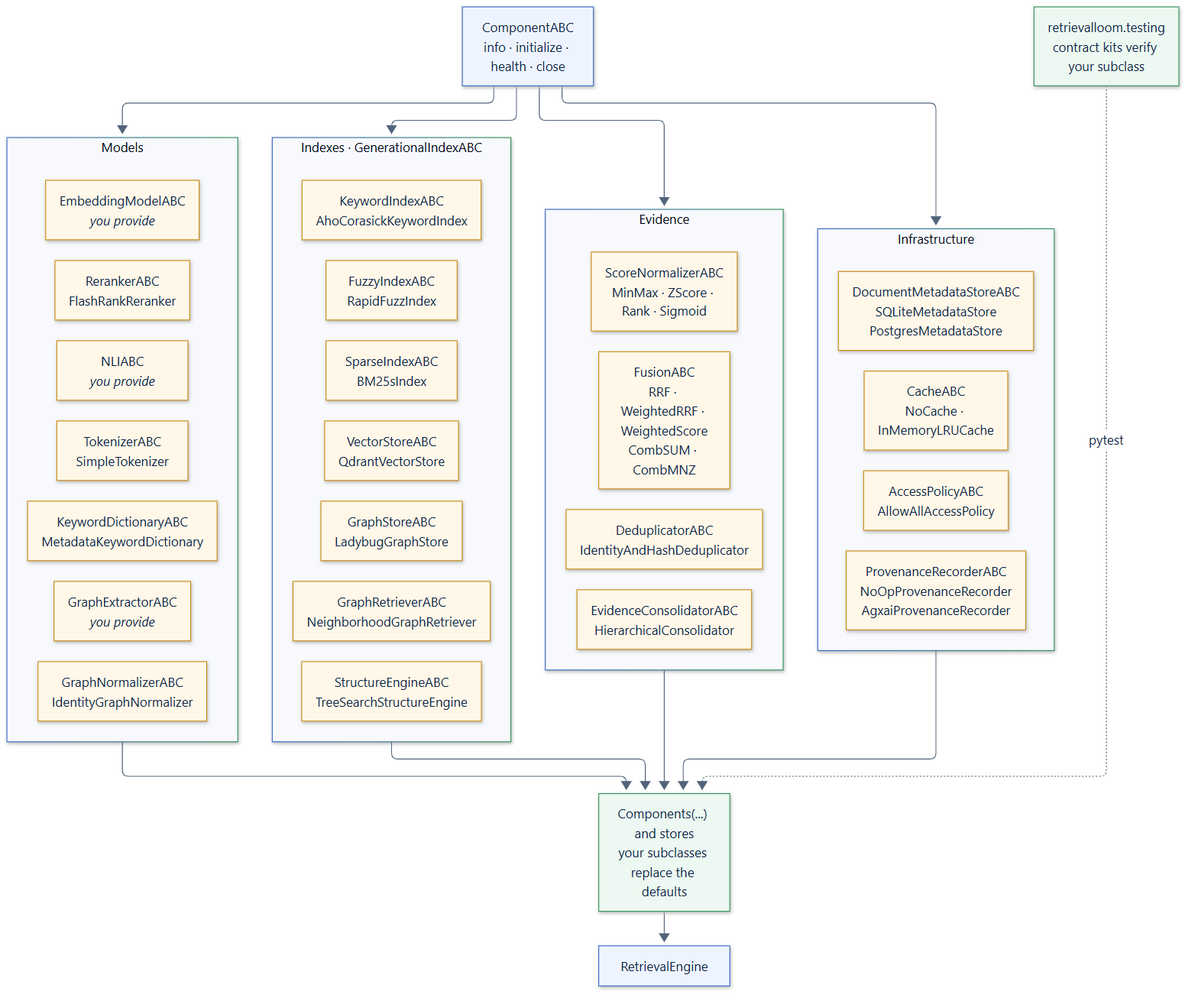
This is docs/assets/diagrams/extensibility.png from smuniharish/retrievalloom, a Mermaid export, as it was before one commit. Its source is kept beside it as diagrams/extensibility.mmd. Its diagram source:
```mermaid
flowchart TB
    classDef app fill:#ecf8f1,stroke:#2f8f5b,color:#0f2547
    classDef core fill:#eef4ff,stroke:#3567c7,color:#0f2547
    classDef provider fill:#fff7e8,stroke:#c98a12,color:#0f2547

    base["ComponentABC<br/>info · initialize · health · close"]:::core

    subgraph Models["Models"]
        direction TB
        embedding["EmbeddingModelABC<br/><i>you provide</i>"]:::provider
        reranker["RerankerABC<br/>FlashRankReranker"]:::provider
        nli["NLIABC<br/><i>you provide</i>"]:::provider
        tokenizer["TokenizerABC<br/>SimpleTokenizer"]:::provider
        dictionary["KeywordDictionaryABC<br/>MetadataKeywordDictionary"]:::provider
        extractor["GraphExtractorABC<br/><i>you provide</i>"]:::provider
        normalizer["GraphNormalizerABC<br/>IdentityGraphNormalizer"]:::provider
        embedding ~~~ reranker ~~~ nli ~~~ tokenizer ~~~ dictionary ~~~ extractor ~~~ normalizer
    end

    subgraph Indexes["Indexes · GenerationalIndexABC"]
        direction TB
        keyword["KeywordIndexABC<br/>AhoCorasickKeywordIndex"]:::provider
        fuzzy["FuzzyIndexABC<br/>RapidFuzzIndex"]:::provider
        sparse["SparseIndexABC<br/>BM25sIndex"]:::provider
        vector["VectorStoreABC<br/>QdrantVectorStore"]:::provider
        graphstore["GraphStoreABC<br/>LadybugGraphStore"]:::provider
        retriever["GraphRetrieverABC<br/>NeighborhoodGraphRetriever"]:::provider
        structure["StructureEngineABC<br/>TreeSearchStructureEngine"]:::provider
        keyword ~~~ fuzzy ~~~ sparse ~~~ vector ~~~ graphstore ~~~ retriever ~~~ structure
    end

    subgraph Evidence["Evidence"]
        direction TB
        normalize["ScoreNormalizerABC<br/>MinMax · ZScore · Rank · Sigmoid"]:::provider
        fusion["FusionABC<br/>RRF · WeightedRRF · WeightedScore<br/>CombSUM · CombMNZ"]:::provider
        dedup["DeduplicatorABC<br/>IdentityAndHashDeduplicator"]:::provider
        consolidator["EvidenceConsolidatorABC<br/>HierarchicalConsolidator"]:::provider
        normalize ~~~ fusion ~~~ dedup ~~~ consolidator
    end

    subgraph Infrastructure["Infrastructure"]
        direction TB
        metadata["DocumentMetadataStoreABC<br/>SQLiteMetadataStore<br/>PostgresMetadataStore"]:::provider
        cache["CacheABC<br/>NoCache · InMemoryLRUCache"]:::provider
        access["AccessPolicyABC<br/>AllowAllAccessPolicy"]:::provider
        recorder["ProvenanceRecorderABC<br/>NoOpProvenanceRecorder<br/>AgxaiProvenanceRecorder"]:::provider
        metadata ~~~ cache ~~~ access ~~~ recorder
    end

    components["Components(...) and stores<br/>your subclasses replace the defaults"]:::app
    kits["retrievalloom.testing<br/>contract kits verify your subclass"]:::app
    engine["RetrievalEngine"]:::core

    base --> Models & Indexes & Evidence & Infrastructure
    Models & Indexes & Evidence & Infrastructure --> components
    kits -. "pytest" .-> components
    components --> engine
```
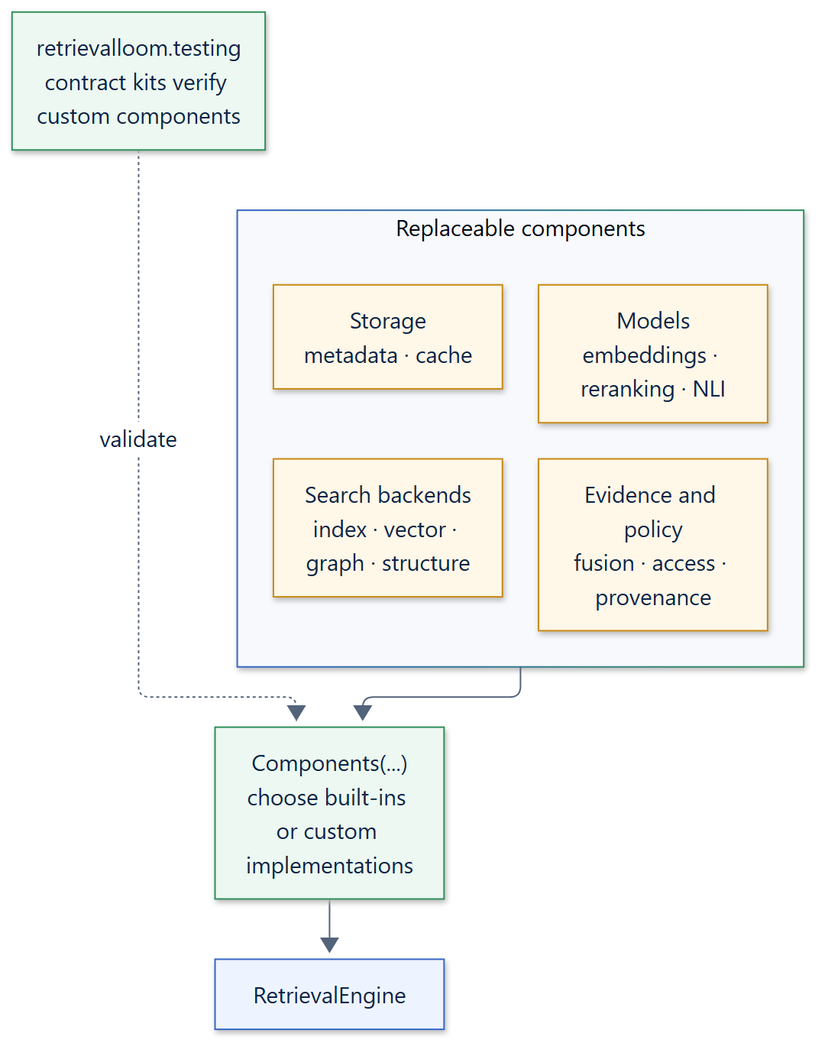
Above is the later version.

Change to the diagram source:
```diff
@@ -3,55 +3,18 @@
     classDef core fill:#eef4ff,stroke:#3567c7,color:#0f2547
     classDef provider fill:#fff7e8,stroke:#c98a12,color:#0f2547
 
-    base["ComponentABC<br/>info · initialize · health · close"]:::core
-
-    subgraph Models["Models"]
-        direction TB
-        embedding["EmbeddingModelABC<br/><i>you provide</i>"]:::provider
-        reranker["RerankerABC<br/>FlashRankReranker"]:::provider
-        nli["NLIABC<br/><i>you provide</i>"]:::provider
-        tokenizer["TokenizerABC<br/>SimpleTokenizer"]:::provider
-        dictionary["KeywordDictionaryABC<br/>MetadataKeywordDictionary"]:::provider
-        extractor["GraphExtractorABC<br/><i>you provide</i>"]:::provider
-        normalizer["GraphNormalizerABC<br/>IdentityGraphNormalizer"]:::provider
-        embedding ~~~ reranker ~~~ nli ~~~ tokenizer ~~~ dictionary ~~~ extractor ~~~ normalizer
+    subgraph Components["Replaceable components"]
+        direction LR
+        models["Models<br/>embeddings · reranking · NLI"]:::provider
+        search["Search backends<br/>index · vector · graph · structure"]:::provider
+        storage["Storage<br/>metadata · cache"]:::provider
+        evidence["Evidence and policy<br/>fusion · access · provenance"]:::provider
     end
 
-    subgraph Indexes["Indexes · GenerationalIndexABC"]
-        direction TB
-        keyword["KeywordIndexABC<br/>AhoCorasickKeywordIndex"]:::provider
-        fuzzy["FuzzyIndexABC<br/>RapidFuzzIndex"]:::provider
-        sparse["SparseIndexABC<br/>BM25sIndex"]:::provider
-        vector["VectorStoreABC<br/>QdrantVectorStore"]:::provider
-        graphstore["GraphStoreABC<br/>LadybugGraphStore"]:::provider
-        retriever["GraphRetrieverABC<br/>NeighborhoodGraphRetriever"]:::provider
-        structure["StructureEngineABC<br/>TreeSearchStructureEngine"]:::provider
-        keyword ~~~ fuzzy ~~~ sparse ~~~ vector ~~~ graphstore ~~~ retriever ~~~ structure
-    end
-
-    subgraph Evidence["Evidence"]
-        direction TB
-        normalize["ScoreNormalizerABC<br/>MinMax · ZScore · Rank · Sigmoid"]:::provider
-        fusion["FusionABC<br/>RRF · WeightedRRF · WeightedScore<br/>CombSUM · CombMNZ"]:::provider
-        dedup["DeduplicatorABC<br/>IdentityAndHashDeduplicator"]:::provider
-        consolidator["EvidenceConsolidatorABC<br/>HierarchicalConsolidator"]:::provider
-        normalize ~~~ fusion ~~~ dedup ~~~ consolidator
-    end
-
-    subgraph Infrastructure["Infrastructure"]
-        direction TB
-        metadata["DocumentMetadataStoreABC<br/>SQLiteMetadataStore<br/>PostgresMetadataStore"]:::provider
-        cache["CacheABC<br/>NoCache · InMemoryLRUCache"]:::provider
-        access["AccessPolicyABC<br/>AllowAllAccessPolicy"]:::provider
-        recorder["ProvenanceRecorderABC<br/>NoOpProvenanceRecorder<br/>AgxaiProvenanceRecorder"]:::provider
-        metadata ~~~ cache ~~~ access ~~~ recorder
-    end
-
-    components["Components(...) and stores<br/>your subclasses replace the defaults"]:::app
-    kits["retrievalloom.testing<br/>contract kits verify your subclass"]:::app
+    components["Components(...)<br/>choose built-ins or custom implementations"]:::app
+    kits["retrievalloom.testing<br/>contract kits verify custom components"]:::app
     engine["RetrievalEngine"]:::core
 
-    base --> Models & Indexes & Evidence & Infrastructure
-    Models & Indexes & Evidence & Infrastructure --> components
-    kits -. "pytest" .-> components
+    Components --> components
+    kits -. "validate" .-> components
     components --> engine
```
